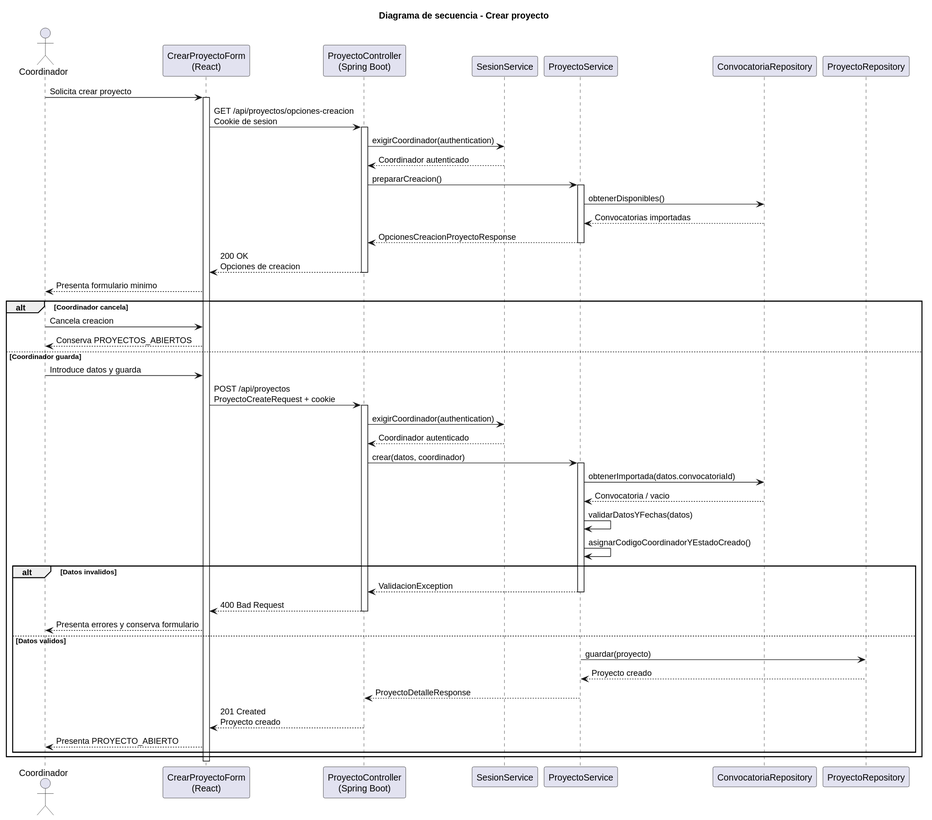
Earlier version of the PlantUML export images/RUP/02-diseño/casos-uso/coordinador/crearProyecto/secuencia.svg (beatriizorozco/25-26-idsw2-sdVC).
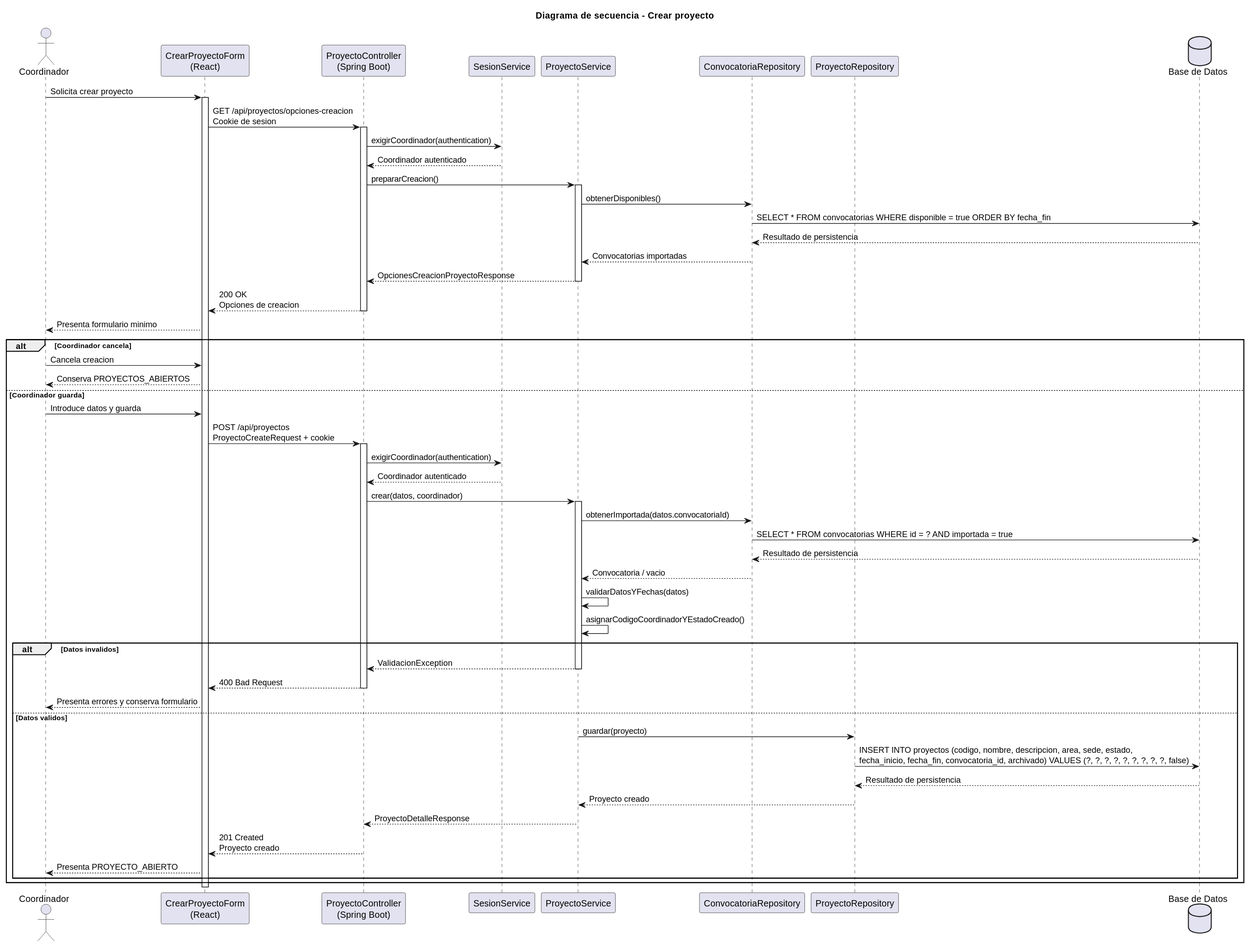
After the commit.

The edit, as a diff of the source:
```diff
@@ -8,6 +8,7 @@
 participant "ProyectoService" as Service
 participant "ConvocatoriaRepository" as ConvocatoriaRepo
 participant "ProyectoRepository" as Repo
+database "Base de Datos" as DB
 
 Coordinador -> Frontend: Solicita crear proyecto
 activate Frontend
@@ -18,6 +19,8 @@
 Api -> Service: prepararCreacion()
 activate Service
 Service -> ConvocatoriaRepo: obtenerDisponibles()
+ConvocatoriaRepo -> DB: SELECT * FROM convocatorias WHERE disponible = true ORDER BY fecha_fin
+DB --> ConvocatoriaRepo: Resultado de persistencia
 ConvocatoriaRepo --> Service: Convocatorias importadas
 Service --> Api: OpcionesCreacionProyectoResponse
 deactivate Service
@@ -36,6 +39,8 @@
     Api -> Service: crear(datos, coordinador)
     activate Service
     Service -> ConvocatoriaRepo: obtenerImportada(datos.convocatoriaId)
+    ConvocatoriaRepo -> DB: SELECT * FROM convocatorias WHERE id = ? AND importada = true
+    DB --> ConvocatoriaRepo: Resultado de persistencia
     ConvocatoriaRepo --> Service: Convocatoria / vacio
     Service -> Service: validarDatosYFechas(datos)
     Service -> Service: asignarCodigoCoordinadorYEstadoCreado()
@@ -47,6 +52,8 @@
         Frontend --> Coordinador: Presenta errores y conserva formulario
     else Datos validos
         Service -> Repo: guardar(proyecto)
+        Repo -> DB: INSERT INTO proyectos (codigo, nombre, descripcion, area, sede, estado,\nfecha_inicio, fecha_fin, convocatoria_id, archivado) VALUES (?, ?, ?, ?, ?, ?, ?, ?, ?, false)
+        DB --> Repo: Resultado de persistencia
         Repo --> Service: Proyecto creado
         Service --> Api: ProyectoDetalleResponse
         deactivate Service
```
